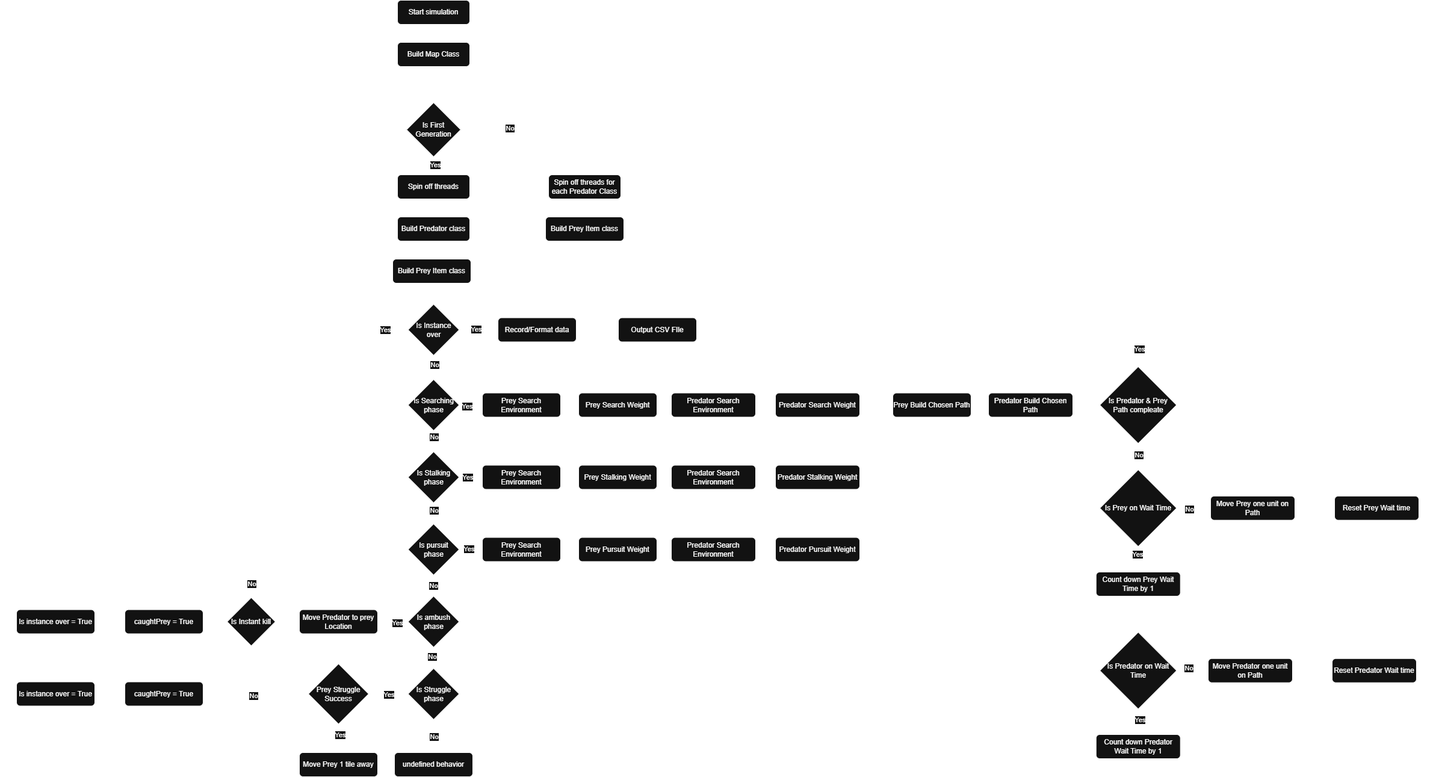
The draw.io diagram documents/Data-Flow.png in Bryce-Camuso/Simulation-of-Predatory-Evolution, before a commit. Source tidied: cells renumbered, new cells last; positions are measured from the earlier drawing's top-left corner, leaving out a move shared by most shapes.
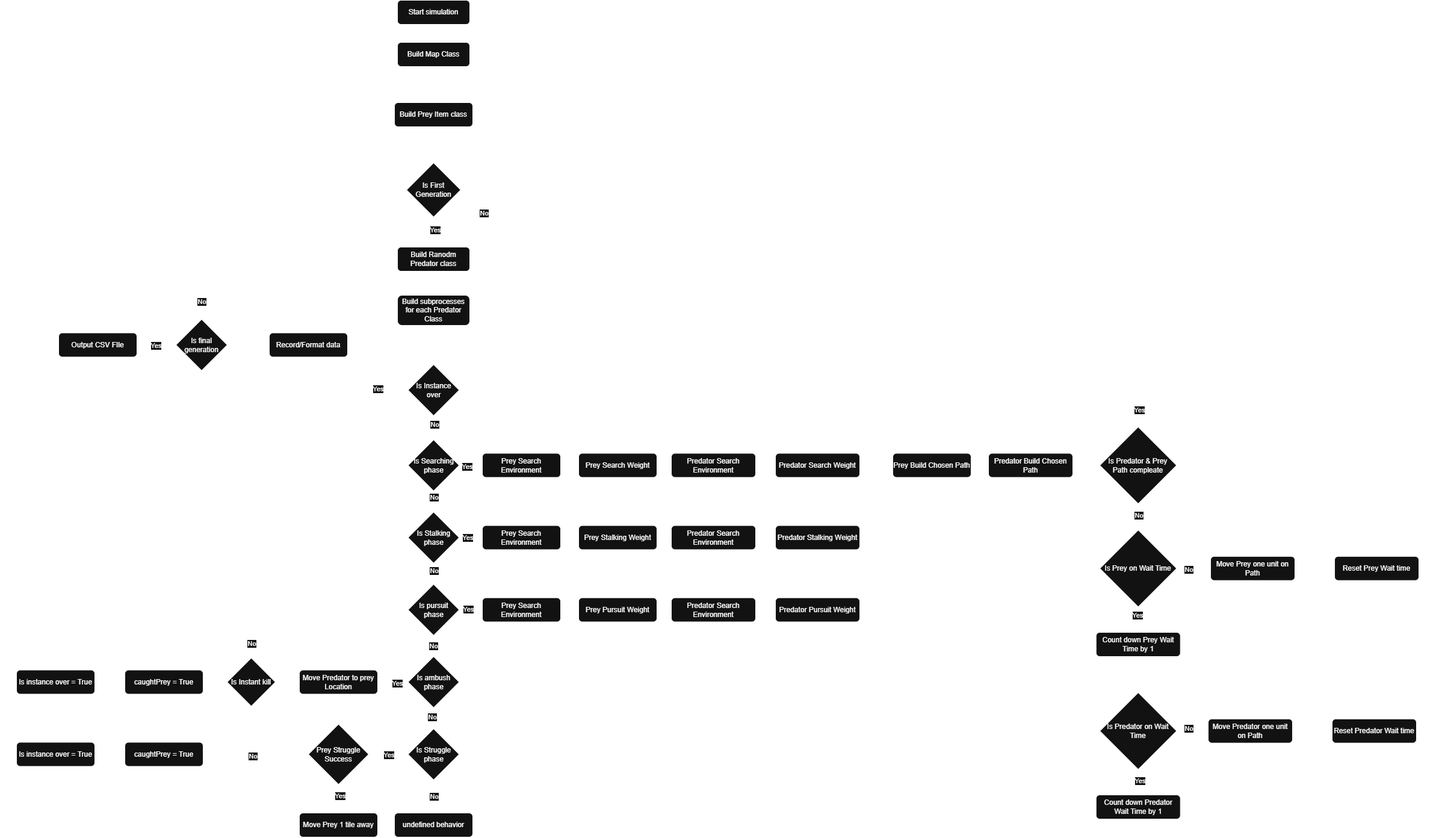
Above is the later version.

Diff of the diagram source:
```diff
@@ -6,21 +6,23 @@
       <mxGeometry relative="1" as="geometry" />
     </mxCell>
     <mxCell id="3" value="Start simulation" style="rounded=1;whiteSpace=wrap;html=1;fontSize=12;glass=0;strokeWidth=1;shadow=0;" parent="1" vertex="1">
-      <mxGeometry x="653" width="120" height="40" as="geometry" />
+      <mxGeometry x="653" y="-100" width="120" height="40" as="geometry" />
     </mxCell>
-    <mxCell id="4" style="edgeStyle=orthogonalEdgeStyle;rounded=0;jettySize=auto;html=1;exitX=0.5;exitY=1;exitDx=0;exitDy=0;entryX=0.5;entryY=0;entryDx=0;entryDy=0;" parent="1" edge="1" source="5" target="10">
-      <mxGeometry relative="1" as="geometry" />
-    </mxCell>
+    <mxCell id="133" style="edgeStyle=orthogonalEdgeStyle;rounded=0;jettySize=auto;html=1;exitX=0.5;exitY=1;exitDx=0;exitDy=0;entryX=0.5;entryY=0;entryDx=0;entryDy=0;" parent="1" edge="1" source="5" target="138">
+      <mxGeometry relative="1" as="geometry" />
+    </mxCell>
     <mxCell id="5" value="Build Map Class" style="rounded=1;whiteSpace=wrap;html=1;fontSize=12;glass=0;strokeWidth=1;shadow=0;" parent="1" vertex="1">
-      <mxGeometry x="653" y="70" width="120" height="40" as="geometry" />
+      <mxGeometry x="653" y="-30" width="120" height="40" as="geometry" />
     </mxCell>
-    <mxCell id="6" style="edgeStyle=orthogonalEdgeStyle;rounded=0;jettySize=auto;html=1;exitX=0.5;exitY=1;exitDx=0;exitDy=0;entryX=0.5;entryY=0;entryDx=0;entryDy=0;" parent="1" edge="1" source="10" target="12">
-      <mxGeometry relative="1" as="geometry" />
+    <mxCell id="6" style="edgeStyle=orthogonalEdgeStyle;rounded=0;jettySize=auto;html=1;exitX=0.5;exitY=1;exitDx=0;exitDy=0;entryX=0.5;entryY=0;entryDx=0;entryDy=0;" parent="1" edge="1" source="10">
+      <mxGeometry relative="1" as="geometry">
+        <mxPoint x="713" y="310" as="targetPoint" />
+      </mxGeometry>
     </mxCell>
     <mxCell id="7" value="Yes" style="edgeLabel;html=1;align=center;verticalAlign=middle;" parent="6" vertex="1">
       <mxGeometry x="-0.13" y="2" relative="1" as="geometry" />
     </mxCell>
-    <mxCell id="8" style="edgeStyle=orthogonalEdgeStyle;rounded=0;jettySize=auto;html=1;exitX=1;exitY=0.5;exitDx=0;exitDy=0;entryX=0.5;entryY=0;entryDx=0;entryDy=0;" parent="1" edge="1" source="10" target="50">
+    <mxCell id="8" style="edgeStyle=orthogonalEdgeStyle;rounded=0;jettySize=auto;html=1;exitX=1;exitY=0.5;exitDx=0;exitDy=0;entryX=1;entryY=0.5;entryDx=0;entryDy=0;" parent="1" edge="1" source="10" target="50">
       <mxGeometry relative="1" as="geometry" />
     </mxCell>
     <mxCell id="9" value="No" style="edgeLabel;html=1;align=center;verticalAlign=middle;" parent="8" vertex="1">
@@ -29,37 +31,17 @@
     <mxCell id="10" value="Is First Generation" style="rhombus;whiteSpace=wrap;html=1;" parent="1" vertex="1">
       <mxGeometry x="668" y="170" width="90" height="90" as="geometry" />
     </mxCell>
-    <mxCell id="11" style="edgeStyle=orthogonalEdgeStyle;rounded=0;jettySize=auto;html=1;exitX=0.5;exitY=1;exitDx=0;exitDy=0;entryX=0.5;entryY=0;entryDx=0;entryDy=0;" parent="1" edge="1" source="12" target="14">
-      <mxGeometry relative="1" as="geometry" />
-    </mxCell>
-    <mxCell id="12" value="Spin off threads" style="rounded=1;whiteSpace=wrap;html=1;fontSize=12;glass=0;strokeWidth=1;shadow=0;" parent="1" vertex="1">
-      <mxGeometry x="653" y="290" width="120" height="40" as="geometry" />
-    </mxCell>
-    <mxCell id="13" style="edgeStyle=orthogonalEdgeStyle;rounded=0;jettySize=auto;html=1;exitX=0.5;exitY=1;exitDx=0;exitDy=0;" parent="1" edge="1" source="14">
-      <mxGeometry relative="1" as="geometry">
-        <mxPoint x="713" y="430" as="targetPoint" />
-      </mxGeometry>
-    </mxCell>
+    <mxCell id="134" style="edgeStyle=orthogonalEdgeStyle;rounded=0;jettySize=auto;html=1;exitX=0.5;exitY=1;exitDx=0;exitDy=0;entryX=0.5;entryY=0;entryDx=0;entryDy=0;" parent="1" edge="1" source="14" target="50">
+      <mxGeometry relative="1" as="geometry" />
+    </mxCell>
-    <mxCell id="14" value="Build Predator class" style="rounded=1;whiteSpace=wrap;html=1;fontSize=12;glass=0;strokeWidth=1;shadow=0;" parent="1" vertex="1">
-      <mxGeometry x="653" y="360" width="120" height="40" as="geometry" />
+    <mxCell id="14" value="Build Ranodm Predator class" style="rounded=1;whiteSpace=wrap;html=1;fontSize=12;glass=0;strokeWidth=1;shadow=0;" parent="1" vertex="1">
+      <mxGeometry x="653" y="310" width="120" height="40" as="geometry" />
     </mxCell>
-    <mxCell id="15" style="edgeStyle=orthogonalEdgeStyle;rounded=0;jettySize=auto;html=1;exitX=0.5;exitY=1;exitDx=0;exitDy=0;entryX=0.5;entryY=0;entryDx=0;entryDy=0;" parent="1" edge="1" source="16" target="23">
-      <mxGeometry relative="1" as="geometry" />
+    <mxCell id="15" style="edgeStyle=orthogonalEdgeStyle;rounded=0;jettySize=auto;html=1;exitX=0.5;exitY=1;exitDx=0;exitDy=0;entryX=0.5;entryY=0;entryDx=0;entryDy=0;" parent="1" edge="1" target="23">
+      <mxGeometry relative="1" as="geometry">
+        <mxPoint x="710" y="470" as="sourcePoint" />
+      </mxGeometry>
     </mxCell>
-    <mxCell id="16" value="Build Prey Item class" style="rounded=1;whiteSpace=wrap;html=1;fontSize=12;glass=0;strokeWidth=1;shadow=0;" parent="1" vertex="1">
-      <mxGeometry x="645" y="430" width="130" height="40" as="geometry" />
-    </mxCell>
-    <mxCell id="17" style="edgeStyle=orthogonalEdgeStyle;rounded=0;jettySize=auto;html=1;exitX=0;exitY=0.5;exitDx=0;exitDy=0;entryX=0;entryY=0.5;entryDx=0;entryDy=0;" parent="1" edge="1" source="23" target="10">
-      <mxGeometry relative="1" as="geometry">
-        <Array as="points">
-          <mxPoint x="610" y="547" />
-          <mxPoint x="610" y="215" />
-        </Array>
-      </mxGeometry>
-    </mxCell>
-    <mxCell id="18" value="Yes" style="edgeLabel;html=1;align=center;verticalAlign=middle;" parent="17" vertex="1">
-      <mxGeometry x="-0.83" relative="1" as="geometry" />
-    </mxCell>
     <mxCell id="19" style="edgeStyle=orthogonalEdgeStyle;rounded=0;jettySize=auto;html=1;exitX=0.5;exitY=1;exitDx=0;exitDy=0;entryX=0.5;entryY=0;entryDx=0;entryDy=0;" parent="1" edge="1" source="23" target="28">
       <mxGeometry relative="1" as="geometry" />
     </mxCell>
@@ -68,14 +50,14 @@
         <mxPoint y="1" as="offset" />
       </mxGeometry>
     </mxCell>
-    <mxCell id="21" style="edgeStyle=orthogonalEdgeStyle;rounded=0;jettySize=auto;html=1;exitX=1;exitY=0.5;exitDx=0;exitDy=0;entryX=0;entryY=0.5;entryDx=0;entryDy=0;" parent="1" edge="1" source="23" target="131">
+    <mxCell id="21" style="edgeStyle=orthogonalEdgeStyle;rounded=0;jettySize=auto;html=1;exitX=0;exitY=0.5;exitDx=0;exitDy=0;entryX=1;entryY=0.5;entryDx=0;entryDy=0;" parent="1" edge="1" source="23" target="131">
       <mxGeometry relative="1" as="geometry" />
     </mxCell>
-    <mxCell id="22" value="Yes" style="edgeLabel;html=1;align=center;verticalAlign=middle;" parent="21" vertex="1">
-      <mxGeometry x="-0.15" y="2" relative="1" as="geometry">
-        <mxPoint x="1" y="1" as="offset" />
-      </mxGeometry>
-    </mxCell>
+    <mxCell id="135" value="Yes" style="edgeLabel;html=1;align=center;verticalAlign=middle;" parent="21" vertex="1">
+      <mxGeometry x="-0.38" y="-1" relative="1" as="geometry">
+        <mxPoint x="-1" y="1" as="offset" />
+      </mxGeometry>
+    </mxCell>
     <mxCell id="23" value="Is Instance over" style="rhombus;whiteSpace=wrap;html=1;" parent="1" vertex="1">
       <mxGeometry x="670.5" y="505" width="85" height="85" as="geometry" />
     </mxCell>
@@ -162,23 +144,12 @@
     <mxCell id="48" value="Is Struggle phase" style="rhombus;whiteSpace=wrap;html=1;" parent="1" vertex="1">
       <mxGeometry x="670.5" y="1110" width="85" height="85" as="geometry" />
     </mxCell>
-    <mxCell id="49" style="edgeStyle=orthogonalEdgeStyle;rounded=0;jettySize=auto;html=1;exitX=0.5;exitY=1;exitDx=0;exitDy=0;entryX=0.5;entryY=0;entryDx=0;entryDy=0;" parent="1" edge="1" source="50" target="52">
+    <mxCell id="49" style="edgeStyle=orthogonalEdgeStyle;rounded=0;jettySize=auto;html=1;exitX=0.5;exitY=1;exitDx=0;exitDy=0;entryX=0.5;entryY=0;entryDx=0;entryDy=0;" parent="1" edge="1" source="50" target="23">
       <mxGeometry relative="1" as="geometry" />
     </mxCell>
-    <mxCell id="50" value="Spin off threads for each Predator Class" style="rounded=1;whiteSpace=wrap;html=1;fontSize=12;glass=0;strokeWidth=1;shadow=0;" parent="1" vertex="1">
-      <mxGeometry x="904" y="290" width="120" height="40" as="geometry" />
+    <mxCell id="50" value="Build subprocesses for each Predator Class" style="rounded=1;whiteSpace=wrap;html=1;fontSize=12;glass=0;strokeWidth=1;shadow=0;" parent="1" vertex="1">
+      <mxGeometry x="653" y="390" width="120" height="50" as="geometry" />
     </mxCell>
-    <mxCell id="51" style="edgeStyle=orthogonalEdgeStyle;rounded=0;jettySize=auto;html=1;exitX=0.5;exitY=1;exitDx=0;exitDy=0;entryX=0.5;entryY=0;entryDx=0;entryDy=0;" parent="1" edge="1" source="52" target="23">
-      <mxGeometry relative="1" as="geometry">
-        <Array as="points">
-          <mxPoint x="964" y="480" />
-          <mxPoint x="713" y="480" />
-        </Array>
-      </mxGeometry>
-    </mxCell>
-    <mxCell id="52" value="Build Prey Item class" style="rounded=1;whiteSpace=wrap;html=1;fontSize=12;glass=0;strokeWidth=1;shadow=0;" parent="1" vertex="1">
-      <mxGeometry x="899" y="360" width="130" height="40" as="geometry" />
-    </mxCell>
     <mxCell id="53" style="edgeStyle=orthogonalEdgeStyle;rounded=0;jettySize=auto;html=1;exitX=1;exitY=0.5;exitDx=0;exitDy=0;entryX=0;entryY=0.5;entryDx=0;entryDy=0;" parent="1" edge="1" source="54" target="58">
       <mxGeometry relative="1" as="geometry" />
     </mxCell>
@@ -445,14 +416,37 @@
     <mxCell id="129" value="Move Prey 1 tile away" style="rounded=1;whiteSpace=wrap;html=1;fontSize=12;glass=0;strokeWidth=1;shadow=0;" parent="1" vertex="1">
       <mxGeometry x="490" y="1250" width="130" height="40" as="geometry" />
     </mxCell>
-    <mxCell id="130" style="edgeStyle=orthogonalEdgeStyle;rounded=0;jettySize=auto;html=1;exitX=1;exitY=0.5;exitDx=0;exitDy=0;entryX=0;entryY=0.5;entryDx=0;entryDy=0;" parent="1" edge="1" source="131" target="132">
-      <mxGeometry relative="1" as="geometry" />
-    </mxCell>
+    <mxCell id="136" style="edgeStyle=orthogonalEdgeStyle;rounded=0;jettySize=auto;html=1;exitX=0;exitY=0.5;exitDx=0;exitDy=0;entryX=1;entryY=0.5;entryDx=0;entryDy=0;" parent="1" edge="1" source="131" target="143">
+      <mxGeometry relative="1" as="geometry" />
+    </mxCell>
     <mxCell id="131" value="Record/Format data" style="rounded=1;whiteSpace=wrap;html=1;fontSize=12;glass=0;strokeWidth=1;shadow=0;" parent="1" vertex="1">
-      <mxGeometry x="820" y="527.5" width="130" height="40" as="geometry" />
+      <mxGeometry x="440" y="452.5" width="130" height="40" as="geometry" />
     </mxCell>
     <mxCell id="132" value="Output CSV FIle" style="rounded=1;whiteSpace=wrap;html=1;fontSize=12;glass=0;strokeWidth=1;shadow=0;" parent="1" vertex="1">
-      <mxGeometry x="1020" y="527.5" width="130" height="40" as="geometry" />
+      <mxGeometry x="90" y="452.5" width="130" height="40" as="geometry" />
     </mxCell>
+    <mxCell id="137" style="edgeStyle=orthogonalEdgeStyle;rounded=0;jettySize=auto;html=1;exitX=0.5;exitY=1;exitDx=0;exitDy=0;entryX=0.5;entryY=0;entryDx=0;entryDy=0;" parent="1" edge="1" source="138" target="10">
+      <mxGeometry relative="1" as="geometry" />
+    </mxCell>
+    <mxCell id="138" value="Build Prey Item class" style="rounded=1;whiteSpace=wrap;html=1;fontSize=12;glass=0;strokeWidth=1;shadow=0;" parent="1" vertex="1">
+      <mxGeometry x="648" y="70" width="130" height="40" as="geometry" />
+    </mxCell>
+    <mxCell id="139" style="edgeStyle=orthogonalEdgeStyle;rounded=0;jettySize=auto;html=1;exitX=0;exitY=0.5;exitDx=0;exitDy=0;entryX=1;entryY=0.5;entryDx=0;entryDy=0;" parent="1" edge="1" source="143" target="132">
+      <mxGeometry relative="1" as="geometry" />
+    </mxCell>
+    <mxCell id="140" value="Yes" style="edgeLabel;html=1;align=center;verticalAlign=middle;" parent="139" vertex="1">
+      <mxGeometry x="0.04" y="1" relative="1" as="geometry" />
+    </mxCell>
+    <mxCell id="141" style="edgeStyle=orthogonalEdgeStyle;rounded=0;jettySize=auto;html=1;exitX=0.5;exitY=0;exitDx=0;exitDy=0;entryX=0;entryY=0.5;entryDx=0;entryDy=0;" parent="1" edge="1" source="143" target="10">
+      <mxGeometry relative="1" as="geometry" />
+    </mxCell>
+    <mxCell id="142" value="No" style="edgeLabel;html=1;align=center;verticalAlign=middle;" parent="141" vertex="1">
+      <mxGeometry x="-0.89" relative="1" as="geometry">
+        <mxPoint y="-1" as="offset" />
+      </mxGeometry>
+    </mxCell>
+    <mxCell id="143" value="Is final generation" style="rhombus;whiteSpace=wrap;html=1;" parent="1" vertex="1">
+      <mxGeometry x="285" y="430" width="85" height="85" as="geometry" />
+    </mxCell>
   </root>
 </mxGraphModel>
```
